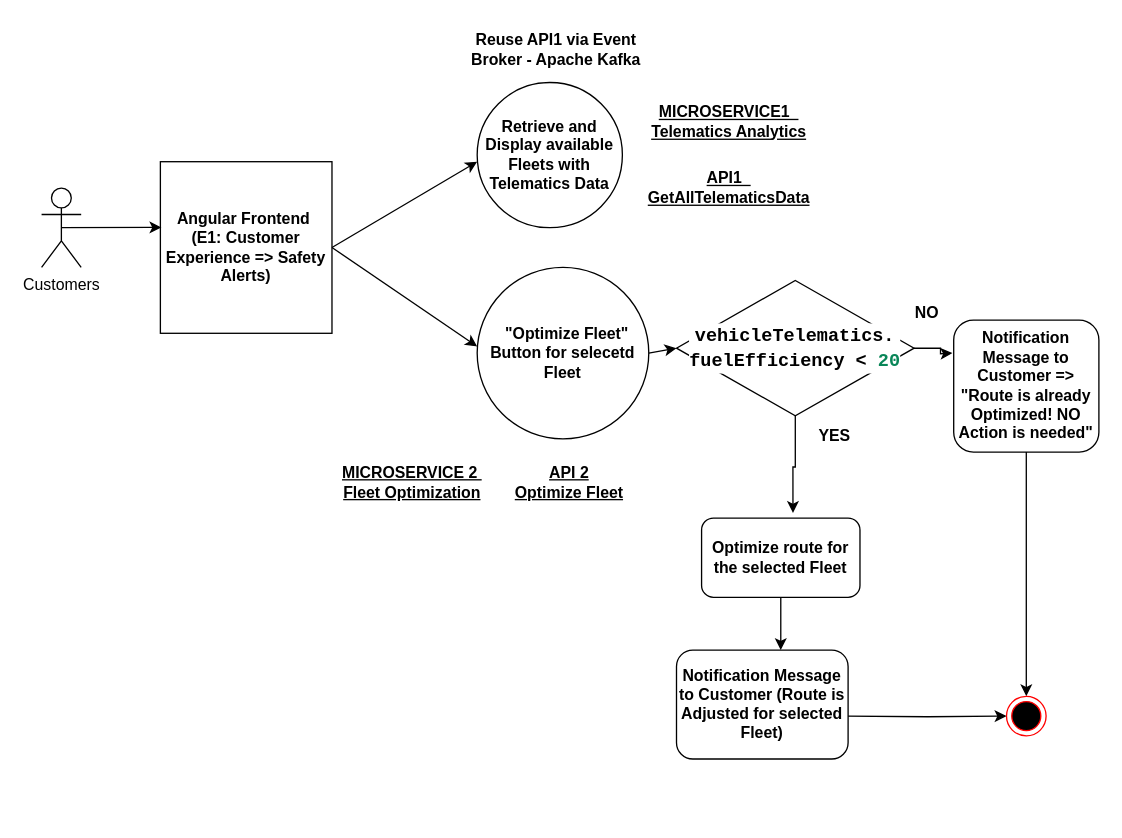
Earlier version of the draw.io diagram E1-SafetyAlerts.drawio (atheeswaran/Dissertation_VehicleAPIPlatform). Source tidied: cells renumbered, new cells numbered last; positions are measured from the earlier drawing's top-left corner, leaving out a move shared by most shapes. Both pictures are drawn from the tidied source at 132%, with x=0, y=0 at pixel (41, 22).
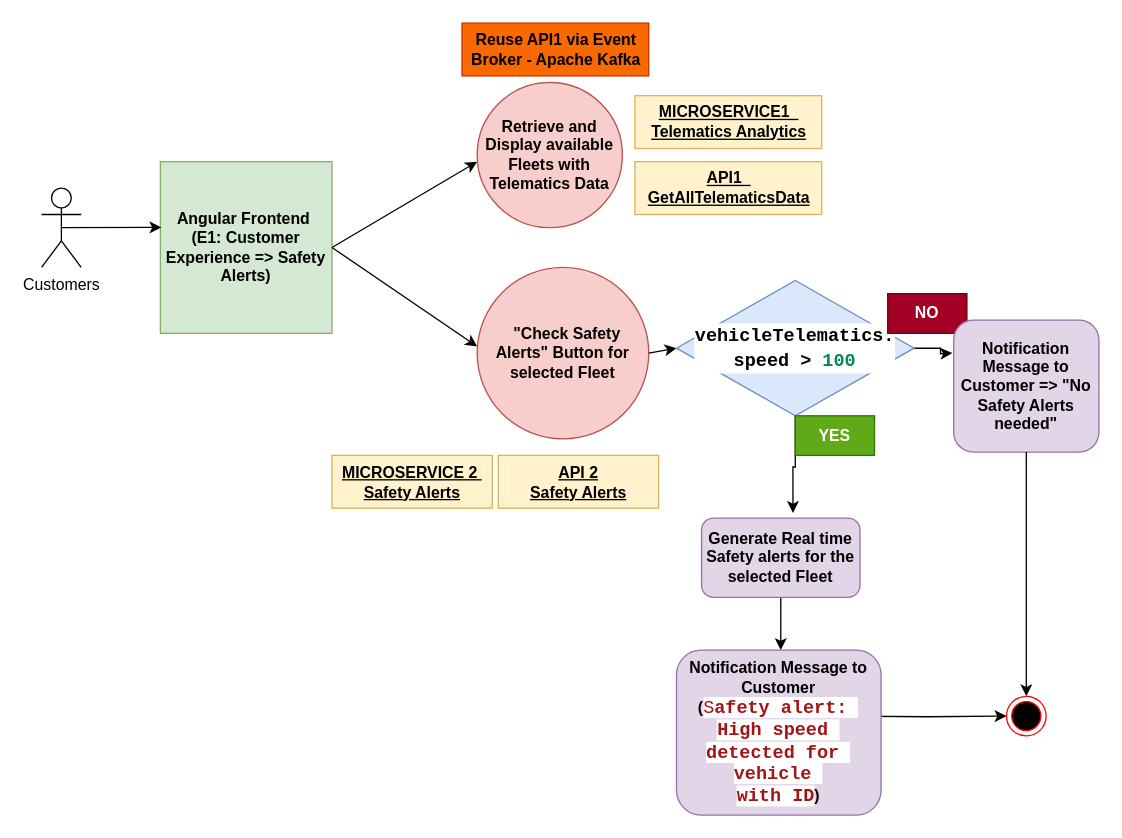
Above is the later version.

Diff of the diagram source:
```diff
@@
-    <mxCell id="3" value="&lt;b&gt;Angular Frontend&amp;nbsp; (E1: Customer Experience =&amp;gt; Safety Alerts)&lt;/b&gt;" style="whiteSpace=wrap;html=1;" parent="1" vertex="1">
+    <mxCell id="3" value="&lt;b&gt;Angular Frontend&amp;nbsp; (E1: Customer Experience =&amp;gt; Safety Alerts)&lt;/b&gt;" style="whiteSpace=wrap;html=1;fillColor=#d5e8d4;strokeColor=#82b366;" parent="1" vertex="1">
       <mxGeometry x="90" y="105" width="130" height="130" as="geometry" />
     </mxCell>
@@
-    <mxCell id="6" value="&lt;b&gt;Retrieve and Display available Fleets with Telematics Data&lt;/b&gt;" style="ellipse;whiteSpace=wrap;html=1;" parent="1" vertex="1">
+    <mxCell id="6" value="&lt;b&gt;Retrieve and Display available Fleets with Telematics Data&lt;/b&gt;" style="ellipse;whiteSpace=wrap;html=1;fillColor=#f8cecc;strokeColor=#b85450;" parent="1" vertex="1">
       <mxGeometry x="330" y="45" width="110" height="110" as="geometry" />
     </mxCell>
@@
-    <mxCell id="8" value="&lt;b&gt;&amp;nbsp; &quot;Optimize Fleet&quot; Button for selecetd Fleet&lt;/b&gt;" style="ellipse;whiteSpace=wrap;html=1;" parent="1" vertex="1">
+    <mxCell id="8" value="&lt;b&gt;&amp;nbsp; &quot;Check Safety Alerts&quot; Button for selected Fleet&lt;/b&gt;" style="ellipse;whiteSpace=wrap;html=1;fillColor=#f8cecc;strokeColor=#b85450;" parent="1" vertex="1">
       <mxGeometry x="330" y="185" width="130" height="130" as="geometry" />
     </mxCell>
@@
-    <mxCell id="12" value="&lt;div style=&quot;background-color: rgb(255, 255, 255); font-family: Consolas, &amp;quot;Courier New&amp;quot;, monospace; font-size: 14px; line-height: 19px; white-space: pre;&quot;&gt;&lt;b&gt;vehicleTelematics.&lt;/b&gt;&lt;/div&gt;&lt;div style=&quot;background-color: rgb(255, 255, 255); font-family: Consolas, &amp;quot;Courier New&amp;quot;, monospace; font-size: 14px; line-height: 19px; white-space: pre;&quot;&gt;&lt;b&gt;fuelEfficiency &amp;lt; &lt;span style=&quot;color: #098658;&quot;&gt;20&lt;/span&gt;&lt;/b&gt;&lt;/div&gt;" style="rhombus;whiteSpace=wrap;html=1;" parent="1" vertex="1">
+    <mxCell id="12" value="&lt;div style=&quot;background-color: rgb(255, 255, 255); font-family: Consolas, &amp;quot;Courier New&amp;quot;, monospace; font-size: 14px; line-height: 19px; white-space: pre;&quot;&gt;&lt;div style=&quot;line-height: 19px;&quot;&gt;&lt;b&gt;vehicleTelematics.&lt;/b&gt;&lt;/div&gt;&lt;div style=&quot;line-height: 19px;&quot;&gt;&lt;b&gt;speed &amp;gt; &lt;span style=&quot;color: #098658;&quot;&gt;100&lt;/span&gt;&lt;/b&gt;&lt;/div&gt;&lt;/div&gt;" style="rhombus;whiteSpace=wrap;html=1;fillColor=#dae8fc;strokeColor=#6c8ebf;" parent="1" vertex="1">
       <mxGeometry x="481" y="195" width="180" height="102.5" as="geometry" />
     </mxCell>
@@
-    <mxCell id="14" value="&lt;b&gt;Optimize route for the selected Fleet&lt;/b&gt;" style="rounded=1;whiteSpace=wrap;html=1;" parent="1" vertex="1">
+    <mxCell id="14" value="&lt;b&gt;Generate Real time Safety alerts for the selected Fleet&lt;/b&gt;" style="rounded=1;whiteSpace=wrap;html=1;fillColor=#e1d5e7;strokeColor=#9673a6;" parent="1" vertex="1">
       <mxGeometry x="500" y="375" width="120" height="60" as="geometry" />
     </mxCell>
-    <mxCell id="15" value="&lt;b&gt;YES&lt;/b&gt;" style="text;html=1;strokeColor=none;fillColor=none;align=center;verticalAlign=middle;whiteSpace=wrap;rounded=0;" parent="1" vertex="1">
+    <mxCell id="15" value="&lt;b&gt;YES&lt;/b&gt;" style="text;html=1;strokeColor=#2D7600;fillColor=#60a917;align=center;verticalAlign=middle;whiteSpace=wrap;rounded=0;fontColor=#ffffff;" parent="1" vertex="1">
       <mxGeometry x="571" y="297.5" width="60" height="30" as="geometry" />
     </mxCell>
-    <mxCell id="16" value="&lt;b&gt;NO&lt;/b&gt;" style="text;html=1;strokeColor=none;fillColor=none;align=center;verticalAlign=middle;whiteSpace=wrap;rounded=0;" parent="1" vertex="1">
+    <mxCell id="16" value="&lt;b&gt;NO&lt;/b&gt;" style="text;html=1;strokeColor=#6F0000;fillColor=#a20025;align=center;verticalAlign=middle;whiteSpace=wrap;rounded=0;fontColor=#ffffff;" parent="1" vertex="1">
       <mxGeometry x="641" y="205" width="60" height="30" as="geometry" />
     </mxCell>
-    <mxCell id="17" value="&lt;b&gt;Notification Message to Customer =&amp;gt; &quot;Route is already Optimized! NO Action is needed&quot;&lt;/b&gt;" style="rounded=1;whiteSpace=wrap;html=1;" parent="1" vertex="1">
+    <mxCell id="17" value="&lt;b&gt;Notification Message to Customer =&amp;gt; &quot;No Safety Alerts needed&quot;&lt;/b&gt;" style="rounded=1;whiteSpace=wrap;html=1;fillColor=#e1d5e7;strokeColor=#9673a6;" parent="1" vertex="1">
       <mxGeometry x="691" y="225" width="110" height="100" as="geometry" />
     </mxCell>
@@
-    <mxCell id="21" value="&lt;b&gt;&lt;u&gt;MICROSERVICE1&amp;nbsp;&amp;nbsp;&lt;/u&gt;&lt;/b&gt;&lt;div&gt;&lt;b&gt;&lt;u&gt;Telematics Analytics&lt;/u&gt;&lt;/b&gt;&lt;/div&gt;" style="text;html=1;strokeColor=none;fillColor=none;align=center;verticalAlign=middle;whiteSpace=wrap;rounded=0;" parent="1" vertex="1">
+    <mxCell id="21" value="&lt;b&gt;&lt;u&gt;MICROSERVICE1&amp;nbsp;&amp;nbsp;&lt;/u&gt;&lt;/b&gt;&lt;div&gt;&lt;b&gt;&lt;u&gt;Telematics Analytics&lt;/u&gt;&lt;/b&gt;&lt;/div&gt;" style="text;html=1;strokeColor=#d6b656;fillColor=#fff2cc;align=center;verticalAlign=middle;whiteSpace=wrap;rounded=0;" parent="1" vertex="1">
       <mxGeometry x="449.5" y="55" width="141.5" height="40" as="geometry" />
     </mxCell>
-    <mxCell id="22" value="&lt;b&gt;&lt;u&gt;MICROSERVICE 2&amp;nbsp; Fleet Optimization&lt;/u&gt;&lt;/b&gt;" style="text;html=1;strokeColor=none;fillColor=none;align=center;verticalAlign=middle;whiteSpace=wrap;rounded=0;" parent="1" vertex="1">
+    <mxCell id="22" value="&lt;b&gt;&lt;u&gt;MICROSERVICE 2&amp;nbsp; Safety Alerts&lt;/u&gt;&lt;/b&gt;" style="text;html=1;strokeColor=#d6b656;fillColor=#fff2cc;align=center;verticalAlign=middle;whiteSpace=wrap;rounded=0;" parent="1" vertex="1">
       <mxGeometry x="220" y="327.5" width="121.5" height="40" as="geometry" />
     </mxCell>
-    <mxCell id="23" value="&lt;b&gt;&lt;u&gt;API1&amp;nbsp;&amp;nbsp;&lt;/u&gt;&lt;/b&gt;&lt;div&gt;&lt;b&gt;&lt;u&gt;GetAllTelematicsData&lt;/u&gt;&lt;/b&gt;&lt;/div&gt;" style="text;html=1;strokeColor=none;fillColor=none;align=center;verticalAlign=middle;whiteSpace=wrap;rounded=0;" parent="1" vertex="1">
+    <mxCell id="23" value="&lt;b&gt;&lt;u&gt;API1&amp;nbsp;&amp;nbsp;&lt;/u&gt;&lt;/b&gt;&lt;div&gt;&lt;b&gt;&lt;u&gt;GetAllTelematicsData&lt;/u&gt;&lt;/b&gt;&lt;/div&gt;" style="text;html=1;strokeColor=#d6b656;fillColor=#fff2cc;align=center;verticalAlign=middle;whiteSpace=wrap;rounded=0;" parent="1" vertex="1">
       <mxGeometry x="449.5" y="105" width="141.5" height="40" as="geometry" />
     </mxCell>
-    <mxCell id="24" value="&lt;b&gt;&lt;u&gt;API 2&lt;/u&gt;&lt;/b&gt;&lt;div&gt;&lt;b&gt;&lt;u&gt;Optimize Fleet&lt;/u&gt;&lt;/b&gt;&lt;/div&gt;" style="text;html=1;strokeColor=none;fillColor=none;align=center;verticalAlign=middle;whiteSpace=wrap;rounded=0;" parent="1" vertex="1">
-      <mxGeometry x="338.5" y="327.5" width="121.5" height="40" as="geometry" />
+    <mxCell id="24" value="&lt;b&gt;&lt;u&gt;API 2&lt;/u&gt;&lt;/b&gt;&lt;div&gt;&lt;b&gt;&lt;u&gt;Safety Alerts&lt;/u&gt;&lt;/b&gt;&lt;/div&gt;" style="text;html=1;strokeColor=#d6b656;fillColor=#fff2cc;align=center;verticalAlign=middle;whiteSpace=wrap;rounded=0;" parent="1" vertex="1">
+      <mxGeometry x="346" y="327.5" width="121.5" height="40" as="geometry" />
     </mxCell>
-    <mxCell id="25" value="&lt;span style=&quot;font-weight: 700;&quot;&gt;Notification Message to Customer (Route is Adjusted for selected Fleet)&lt;/span&gt;" style="rounded=1;whiteSpace=wrap;html=1;" parent="1" vertex="1">
-      <mxGeometry x="481" y="475" width="130" height="82.5" as="geometry" />
+    <mxCell id="25" value="&lt;span style=&quot;font-weight: 700;&quot;&gt;Notification Message to Customer (&lt;/span&gt;&lt;span style=&quot;color: rgb(163, 21, 21); background-color: rgb(255, 255, 255); font-family: Consolas, &amp;quot;Courier New&amp;quot;, monospace; font-size: 14px; white-space: pre;&quot;&gt;S&lt;b&gt;afety alert: &lt;/b&gt;&lt;/span&gt;&lt;div&gt;&lt;span style=&quot;color: rgb(163, 21, 21); background-color: rgb(255, 255, 255); font-family: Consolas, &amp;quot;Courier New&amp;quot;, monospace; font-size: 14px; white-space: pre;&quot;&gt;&lt;b&gt;High speed &lt;/b&gt;&lt;/span&gt;&lt;div&gt;&lt;span style=&quot;color: rgb(163, 21, 21); background-color: rgb(255, 255, 255); font-family: Consolas, &amp;quot;Courier New&amp;quot;, monospace; font-size: 14px; white-space: pre;&quot;&gt;&lt;b&gt;detected for &lt;/b&gt;&lt;/span&gt;&lt;/div&gt;&lt;div&gt;&lt;span style=&quot;color: rgb(163, 21, 21); background-color: rgb(255, 255, 255); font-family: Consolas, &amp;quot;Courier New&amp;quot;, monospace; font-size: 14px; white-space: pre;&quot;&gt;&lt;b&gt;vehicle &lt;/b&gt;&lt;/span&gt;&lt;/div&gt;&lt;div&gt;&lt;span style=&quot;color: rgb(163, 21, 21); background-color: rgb(255, 255, 255); font-family: Consolas, &amp;quot;Courier New&amp;quot;, monospace; font-size: 14px; white-space: pre;&quot;&gt;&lt;b&gt;with ID&lt;/b&gt;&lt;/span&gt;&lt;span style=&quot;font-weight: 700; background-color: initial;&quot;&gt;)&lt;/span&gt;&lt;/div&gt;&lt;/div&gt;" style="rounded=1;whiteSpace=wrap;html=1;fillColor=#e1d5e7;strokeColor=#9673a6;" parent="1" vertex="1">
+      <mxGeometry x="481" y="475" width="155" height="125" as="geometry" />
     </mxCell>
-    <mxCell id="26" value="&lt;b&gt;Reuse API1 via Event Broker - Apache Kafka&lt;/b&gt;" style="text;html=1;strokeColor=none;fillColor=none;align=center;verticalAlign=middle;whiteSpace=wrap;rounded=0;" parent="1" vertex="1">
+    <mxCell id="26" value="&lt;b&gt;Reuse API1 via Event Broker - Apache Kafka&lt;/b&gt;" style="text;html=1;strokeColor=#C73500;fillColor=#fa6800;align=center;verticalAlign=middle;whiteSpace=wrap;rounded=0;fontColor=#000000;" parent="1" vertex="1">
       <mxGeometry x="318.5" width="141.5" height="40" as="geometry" />
     </mxCell>
```
